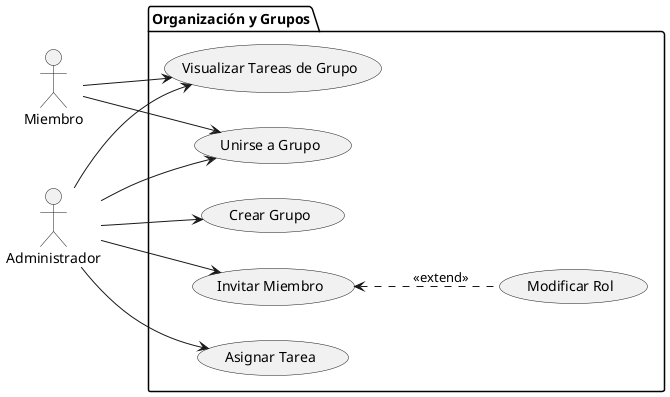
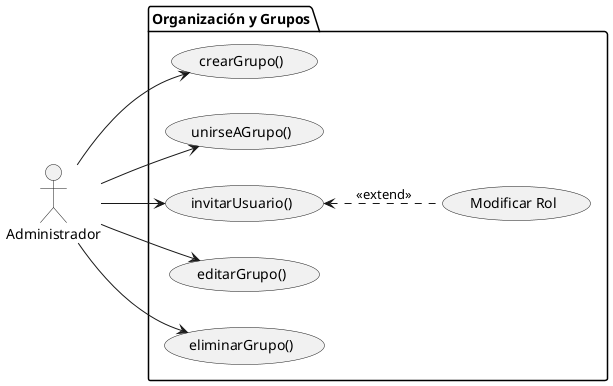
@startuml DiagramaOrganizaciónYGrupos
left to right direction
actor "Administrador" as Admin
- actor "Miembro" as Miem

package "Organización y Grupos" {
-     usecase "Crear Grupo" as UC_G1
-     usecase "Unirse a Grupo" as UC_G2
-     usecase "Invitar Miembro" as UC_G3
-     usecase "Visualizar Tareas de Grupo" as UC_G4
-     usecase "Asignar Tarea" as UC_G5
+     usecase "crearGrupo()" as UC_G1
+     usecase "unirseAGrupo()" as UC_G2
+     usecase "invitarUsuario()" as UC_G3
+     usecase "editarGrupo()" as UC_G4
+     usecase "eliminarGrupo()" as UC_G5

    usecase "Modificar Rol" as UC_G6
}

Admin --> UC_G1
Admin --> UC_G2
- Miem --> UC_G2
Admin --> UC_G3
Admin --> UC_G4
- Miem --> UC_G4
Admin --> UC_G5
UC_G3 <.. UC_G6 : <<extend>>



@enduml